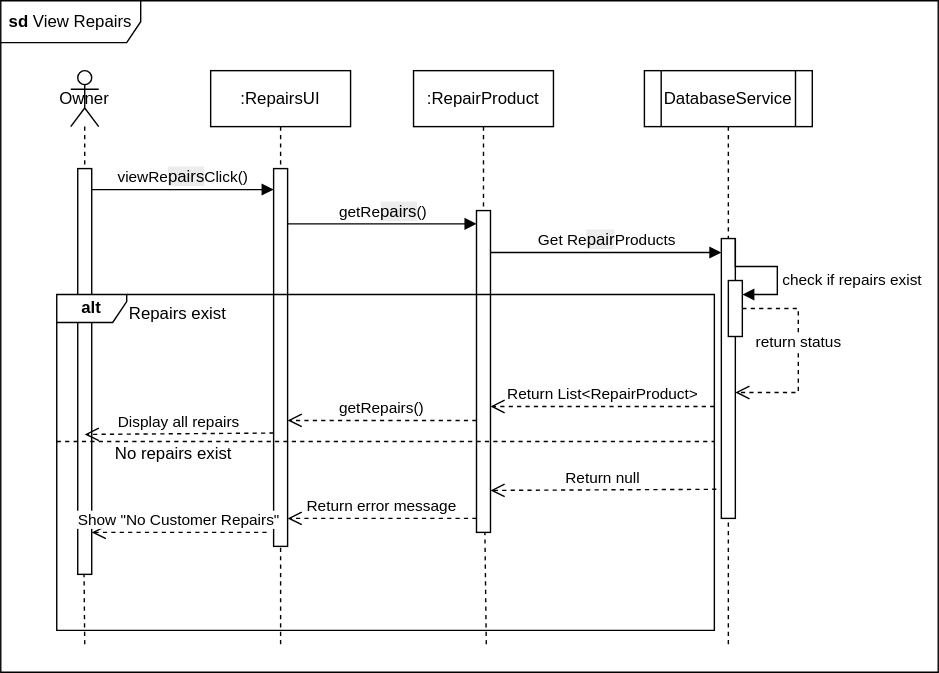
Before: View Repairs ISD.svg, a diagram exported from draw.io (Simamkele88/IFM3_GP). Source tidied: cells renumbered, new cells last; positions are measured from the earlier drawing's top-left corner, leaving out a move shared by most shapes.
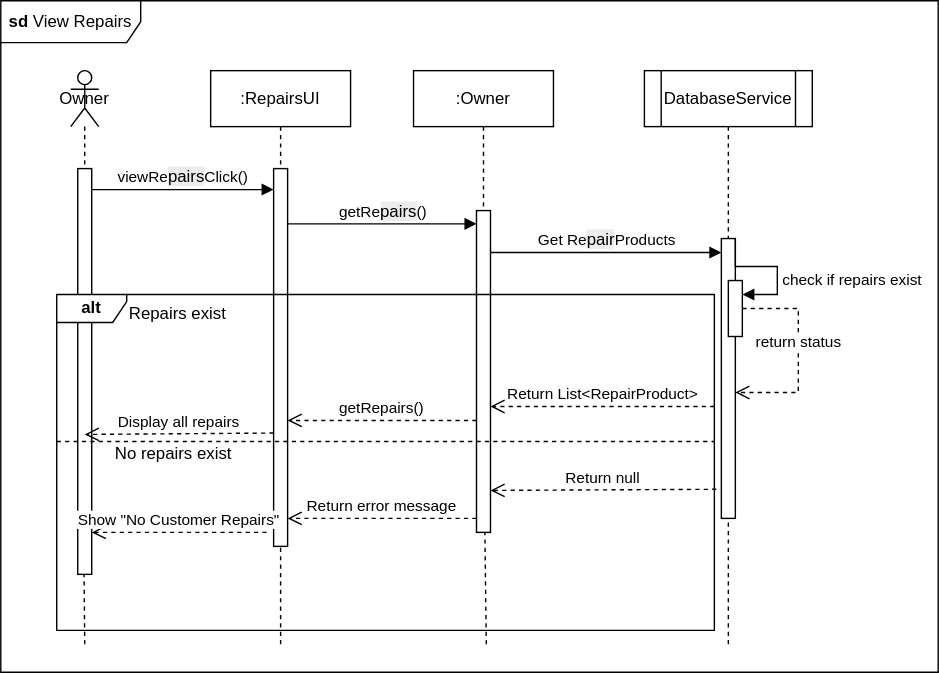
Above is the later version.

Diff of the diagram source:
```diff
@@ -24,7 +24,7 @@
         </Array>
       </mxGeometry>
     </mxCell>
-    <mxCell id="8" value=":RepairProduct" style="shape=umlLifeline;perimeter=lifelinePerimeter;whiteSpace=wrap;html=1;newEdgeStyle={&quot;curved&quot;:0,&quot;rounded&quot;:0};" parent="1" vertex="1">
+    <mxCell id="8" value=":Owner" style="shape=umlLifeline;perimeter=lifelinePerimeter;whiteSpace=wrap;html=1;newEdgeStyle={&quot;curved&quot;:0,&quot;rounded&quot;:0};" parent="1" vertex="1">
       <mxGeometry x="295" y="50" width="100" height="100" as="geometry" />
     </mxCell>
     <mxCell id="9" style="html=1;perimeter=orthogonalPerimeter;targetShapes=umlLifeline;newEdgeStyle={&quot;curved&quot;:0,&quot;rounded&quot;:0};" parent="1" vertex="1">
```
